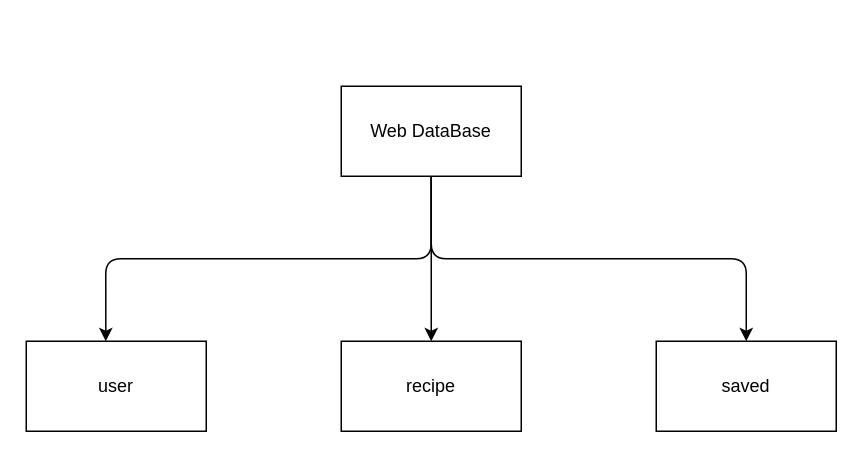
BopeChanUwU/CPSC272-Group-Project keeps this draw.io diagram as page "Page-4" (4 of 4) of uml.drawio. Above is the earlier version. Source tidied: cells renumbered, new cells numbered last; positions are measured from the earlier drawing's top-left corner, leaving out a move shared by most shapes. Both pictures are drawn from the tidied source at 150%, with x=0, y=0 at pixel (26, 86).
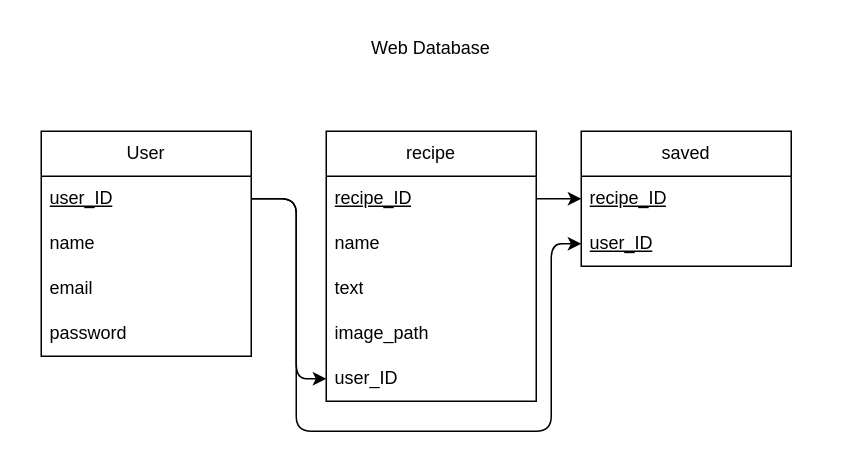
Above is the later version.

Commit message (it also covers changes not shown here):
added database drawing

Change to the diagram source:
```diff
@@
-    <mxCell id="2" style="edgeStyle=none;html=1;entryX=0.5;entryY=0;entryDx=0;entryDy=0;exitX=0.5;exitY=1;exitDx=0;exitDy=0;" parent="1" edge="1" source="4" target="5">
-      <mxGeometry relative="1" as="geometry" />
-    </mxCell>
-    <mxCell id="3" style="edgeStyle=orthogonalEdgeStyle;html=1;exitX=0.5;exitY=1;exitDx=0;exitDy=0;entryX=0.5;entryY=0;entryDx=0;entryDy=0;" parent="1" edge="1" source="4" target="7">
-      <mxGeometry relative="1" as="geometry" />
-    </mxCell>
-    <mxCell id="4" value="Web DataBase" style="rounded=0;whiteSpace=wrap;html=1;" parent="1" vertex="1">
-      <mxGeometry x="210" width="120" height="60" as="geometry" />
-    </mxCell>
+    <mxCell id="9" style="edgeStyle=none;html=1;entryX=0.5;entryY=1;entryDx=0;entryDy=0;" parent="1" edge="1">
+      <mxGeometry relative="1" as="geometry">
+        <mxPoint x="270" y="60" as="sourcePoint" />
+        <mxPoint x="270" y="60" as="targetPoint" />
+      </mxGeometry>
+    </mxCell>
+    <mxCell id="10" value="Web Database" style="text;html=1;align=center;verticalAlign=middle;whiteSpace=wrap;rounded=0;" parent="1" vertex="1">
+      <mxGeometry x="70" y="-40" width="400" height="30" as="geometry" />
+    </mxCell>
+    <mxCell id="11" value="User" style="swimlane;fontStyle=0;horizontal=1;startSize=30;whiteSpace=wrap;html=1;" parent="1" vertex="1">
+      <mxGeometry x="10" y="30" width="140" height="150" as="geometry" />
+    </mxCell>
+    <mxCell id="12" value="&lt;u&gt;user_ID&lt;/u&gt;" style="text;strokeColor=none;fillColor=none;align=left;verticalAlign=middle;spacingLeft=4;spacingRight=4;overflow=hidden;points=[[0,0.5],[1,0.5]];portConstraint=eastwest;whiteSpace=wrap;html=1;" parent="11" vertex="1">
+      <mxGeometry y="30" width="140" height="30" as="geometry" />
+    </mxCell>
+    <mxCell id="13" value="name" style="text;strokeColor=none;fillColor=none;align=left;verticalAlign=middle;spacingLeft=4;spacingRight=4;overflow=hidden;whiteSpace=wrap;html=1;" parent="11" vertex="1">
+      <mxGeometry y="60" width="140" height="30" as="geometry" />
+    </mxCell>
+    <mxCell id="14" value="email" style="text;strokeColor=none;fillColor=none;align=left;verticalAlign=middle;spacingLeft=4;spacingRight=4;overflow=hidden;whiteSpace=wrap;html=1;" parent="11" vertex="1">
+      <mxGeometry y="90" width="140" height="30" as="geometry" />
+    </mxCell>
+    <mxCell id="15" value="password" style="text;strokeColor=none;fillColor=none;align=left;verticalAlign=middle;spacingLeft=4;spacingRight=4;overflow=hidden;whiteSpace=wrap;html=1;" parent="11" vertex="1">
+      <mxGeometry y="120" width="140" height="30" as="geometry" />
+    </mxCell>
-    <mxCell id="5" value="recipe" style="rounded=0;whiteSpace=wrap;html=1;" parent="1" vertex="1">
-      <mxGeometry x="210" y="170" width="120" height="60" as="geometry" />
+    <mxCell id="5" value="recipe" style="swimlane;fontStyle=0;horizontal=1;startSize=30;whiteSpace=wrap;html=1;" parent="1" vertex="1">
+      <mxGeometry x="200" y="30" width="140" height="180" as="geometry" />
     </mxCell>
-    <mxCell id="6" value="user" style="rounded=0;whiteSpace=wrap;html=1;" parent="1" vertex="1">
-      <mxGeometry y="170" width="120" height="60" as="geometry" />
-    </mxCell>
+    <mxCell id="16" value="&lt;u&gt;recipe_ID&lt;/u&gt;" style="text;strokeColor=none;fillColor=none;align=left;verticalAlign=middle;spacingLeft=4;spacingRight=4;overflow=hidden;points=[[0,0.5],[1,0.5]];portConstraint=eastwest;whiteSpace=wrap;html=1;" parent="5" vertex="1">
+      <mxGeometry y="30" width="140" height="30" as="geometry" />
+    </mxCell>
+    <mxCell id="17" value="name" style="text;strokeColor=none;fillColor=none;align=left;verticalAlign=middle;spacingLeft=4;spacingRight=4;overflow=hidden;whiteSpace=wrap;html=1;" parent="5" vertex="1">
+      <mxGeometry y="60" width="140" height="30" as="geometry" />
+    </mxCell>
+    <mxCell id="18" value="text" style="text;strokeColor=none;fillColor=none;align=left;verticalAlign=middle;spacingLeft=4;spacingRight=4;overflow=hidden;whiteSpace=wrap;html=1;" parent="5" vertex="1">
+      <mxGeometry y="90" width="140" height="30" as="geometry" />
+    </mxCell>
+    <mxCell id="19" value="image_path" style="text;strokeColor=none;fillColor=none;align=left;verticalAlign=middle;spacingLeft=4;spacingRight=4;overflow=hidden;whiteSpace=wrap;html=1;" parent="5" vertex="1">
+      <mxGeometry y="120" width="140" height="30" as="geometry" />
+    </mxCell>
+    <mxCell id="20" value="user_ID" style="text;strokeColor=none;fillColor=none;align=left;verticalAlign=middle;spacingLeft=4;spacingRight=4;overflow=hidden;points=[[0,0.5],[1,0.5]];portConstraint=eastwest;whiteSpace=wrap;html=1;" parent="5" vertex="1">
+      <mxGeometry y="150" width="140" height="30" as="geometry" />
+    </mxCell>
-    <mxCell id="7" value="saved" style="rounded=0;whiteSpace=wrap;html=1;" parent="1" vertex="1">
-      <mxGeometry x="420" y="170" width="120" height="60" as="geometry" />
+    <mxCell id="7" value="saved" style="swimlane;fontStyle=0;horizontal=1;startSize=30;whiteSpace=wrap;html=1;" parent="1" vertex="1">
+      <mxGeometry x="370" y="30" width="140" height="90" as="geometry" />
     </mxCell>
-    <mxCell id="8" style="edgeStyle=orthogonalEdgeStyle;html=1;exitX=0.5;exitY=1;exitDx=0;exitDy=0;entryX=0.442;entryY=0;entryDx=0;entryDy=0;entryPerimeter=0;" parent="1" edge="1" source="4" target="6">
-      <mxGeometry relative="1" as="geometry" />
-    </mxCell>
-    <mxCell id="9" style="edgeStyle=none;html=1;entryX=0.5;entryY=1;entryDx=0;entryDy=0;" parent="1" edge="1" target="4">
-      <mxGeometry relative="1" as="geometry">
-        <mxPoint x="270" y="60" as="sourcePoint" />
-      </mxGeometry>
-    </mxCell>
+    <mxCell id="21" value="&lt;u&gt;recipe_ID&lt;/u&gt;" style="text;strokeColor=none;fillColor=none;align=left;verticalAlign=middle;spacingLeft=4;spacingRight=4;overflow=hidden;points=[[0,0.5],[1,0.5]];portConstraint=eastwest;whiteSpace=wrap;html=1;" parent="7" vertex="1">
+      <mxGeometry y="30" width="140" height="30" as="geometry" />
+    </mxCell>
+    <mxCell id="22" value="&lt;u&gt;user_ID&lt;/u&gt;" style="text;strokeColor=none;fillColor=none;align=left;verticalAlign=middle;spacingLeft=4;spacingRight=4;overflow=hidden;points=[[0,0.5],[1,0.5]];portConstraint=eastwest;whiteSpace=wrap;html=1;" parent="7" vertex="1">
+      <mxGeometry y="60" width="140" height="30" as="geometry" />
+    </mxCell>
+    <mxCell id="23" style="edgeStyle=orthogonalEdgeStyle;html=1;exitX=1;exitY=0.5;exitDx=0;exitDy=0;entryX=0;entryY=0.5;entryDx=0;entryDy=0;" parent="1" edge="1" source="12" target="22">
+      <mxGeometry relative="1" as="geometry">
+        <Array as="points">
+          <mxPoint x="180" y="75" />
+          <mxPoint x="180" y="230" />
+          <mxPoint x="350" y="230" />
+          <mxPoint x="350" y="105" />
+        </Array>
+      </mxGeometry>
+    </mxCell>
+    <mxCell id="24" style="edgeStyle=orthogonalEdgeStyle;html=1;entryX=0;entryY=0.5;entryDx=0;entryDy=0;exitX=1;exitY=0.5;exitDx=0;exitDy=0;" parent="1" edge="1" source="12" target="20">
+      <mxGeometry relative="1" as="geometry">
+        <Array as="points">
+          <mxPoint x="180" y="75" />
+          <mxPoint x="180" y="195" />
+        </Array>
+      </mxGeometry>
+    </mxCell>
+    <mxCell id="25" style="edgeStyle=orthogonalEdgeStyle;html=1;exitX=1;exitY=0.5;exitDx=0;exitDy=0;entryX=0;entryY=0.5;entryDx=0;entryDy=0;" parent="1" edge="1" source="16" target="21">
+      <mxGeometry relative="1" as="geometry" />
+    </mxCell>
```
